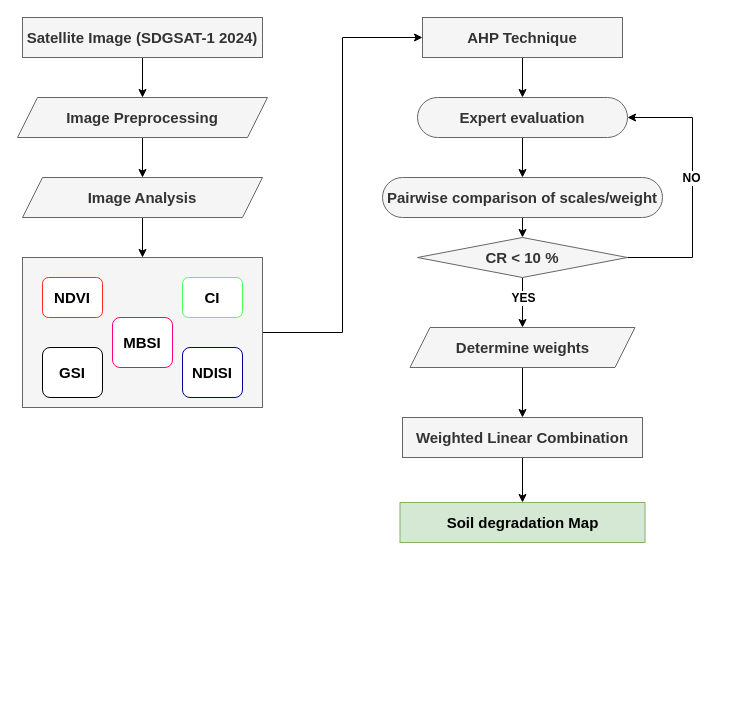
This is chpt5.drawio from yemioke/PRISMA2020, a draw.io file, before an edit. Source tidied: cells renumbered, new cells numbered last; positions are measured from the earlier drawing's top-left corner, leaving out a move shared by most shapes. Both pictures are drawn from the tidied source at 100%, with x=0, y=0 at pixel (17, 17).
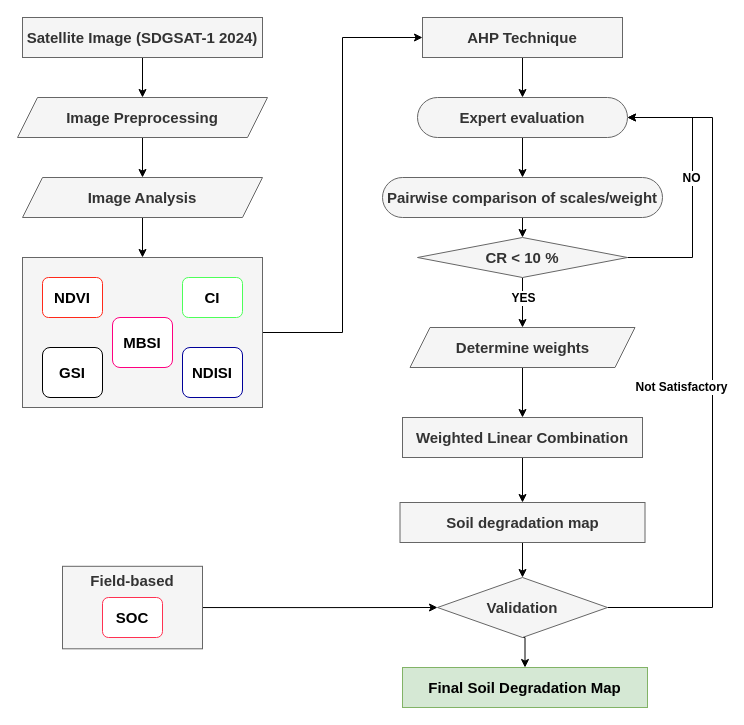
Above is the later version.

The change refers to these unchanged cells:
```xml
<mxCell id="7" value="&lt;b&gt;&lt;font style=&quot;font-size: 15px;&quot;&gt;Expert evaluation&lt;/font&gt;&lt;/b&gt;" style="rounded=1;whiteSpace=wrap;html=1;arcSize=50;fillColor=#f5f5f5;fontColor=#333333;strokeColor=#666666;" parent="1" vertex="1">
  <mxGeometry x="400" y="80" width="210" height="40" as="geometry" />
</mxCell>
```

The edit, as a diff of the source:
```diff
@@
+    <mxCell id="31" style="edgeStyle=orthogonalEdgeStyle;rounded=0;jettySize=auto;html=1;exitX=0.5;exitY=1;exitDx=0;exitDy=0;" parent="1" edge="1" source="19" target="35">
+      <mxGeometry relative="1" as="geometry" />
+    </mxCell>
-    <mxCell id="19" value="&lt;font style=&quot;font-size: 15px;&quot;&gt;&lt;b&gt;Soil degradation Map&lt;/b&gt;&lt;/font&gt;" style="rounded=0;whiteSpace=wrap;html=1;fillColor=#d5e8d4;strokeColor=#82b366;" parent="1" vertex="1">
+    <mxCell id="19" value="&lt;font style=&quot;font-size: 15px;&quot;&gt;&lt;b&gt;Soil degradation map&lt;/b&gt;&lt;/font&gt;" style="rounded=0;whiteSpace=wrap;html=1;fillColor=#f5f5f5;strokeColor=#666666;fontColor=#333333;" parent="1" vertex="1">
       <mxGeometry x="382.5" y="485" width="245" height="40" as="geometry" />
     </mxCell>
@@
+    <mxCell id="32" style="edgeStyle=orthogonalEdgeStyle;rounded=0;jettySize=auto;html=1;exitX=0.5;exitY=1;exitDx=0;exitDy=0;entryX=0.5;entryY=0;entryDx=0;entryDy=0;" parent="1" edge="1" source="35" target="38">
+      <mxGeometry relative="1" as="geometry" />
+    </mxCell>
+    <mxCell id="33" style="edgeStyle=orthogonalEdgeStyle;rounded=0;jettySize=auto;html=1;exitX=1;exitY=0.5;exitDx=0;exitDy=0;entryX=1;entryY=0.5;entryDx=0;entryDy=0;" parent="1" edge="1" source="35" target="7">
+      <mxGeometry relative="1" as="geometry">
+        <Array as="points">
+          <mxPoint x="695" y="590" />
+          <mxPoint x="695" y="100" />
+        </Array>
+      </mxGeometry>
+    </mxCell>
+    <mxCell id="34" value="&lt;font style=&quot;font-size: 12px;&quot;&gt;&lt;b&gt;Not Satisfactory&lt;/b&gt;&lt;/font&gt;" style="edgeLabel;html=1;align=center;verticalAlign=middle;" parent="33" vertex="1">
+      <mxGeometry x="-0.04" y="32" relative="1" as="geometry" />
+    </mxCell>
+    <mxCell id="35" value="&lt;font style=&quot;font-size: 15px;&quot;&gt;&lt;b&gt;Validation&lt;/b&gt;&lt;/font&gt;" style="rhombus;whiteSpace=wrap;html=1;fillColor=#f5f5f5;fontColor=#333333;strokeColor=#666666;" parent="1" vertex="1">
+      <mxGeometry x="420" y="560" width="170" height="60" as="geometry" />
+    </mxCell>
+    <mxCell id="36" style="edgeStyle=orthogonalEdgeStyle;rounded=0;jettySize=auto;html=1;exitX=1;exitY=0.5;exitDx=0;exitDy=0;entryX=0;entryY=0.5;entryDx=0;entryDy=0;" parent="1" edge="1" source="37" target="35">
+      <mxGeometry relative="1" as="geometry" />
+    </mxCell>
+    <mxCell id="37" value="&lt;span style=&quot;font-size: 15px;&quot;&gt;&lt;b&gt;Field-based&lt;/b&gt;&lt;/span&gt;&lt;div&gt;&lt;span style=&quot;font-size: 15px;&quot;&gt;&lt;b&gt;&lt;br&gt;&lt;/b&gt;&lt;/span&gt;&lt;/div&gt;&lt;div&gt;&lt;span style=&quot;font-size: 15px;&quot;&gt;&lt;b&gt;&lt;br&gt;&lt;/b&gt;&lt;/span&gt;&lt;/div&gt;&lt;div&gt;&lt;span style=&quot;font-size: 15px;&quot;&gt;&lt;b&gt;&lt;br&gt;&lt;/b&gt;&lt;/span&gt;&lt;/div&gt;" style="rounded=0;whiteSpace=wrap;html=1;fillColor=#f5f5f5;fontColor=#333333;strokeColor=#666666;" parent="1" vertex="1">
+      <mxGeometry x="45" y="548.8" width="140" height="82.5" as="geometry" />
+    </mxCell>
+    <mxCell id="38" value="&lt;font style=&quot;font-size: 15px;&quot;&gt;&lt;b&gt;Final Soil Degradation Map&lt;/b&gt;&lt;/font&gt;" style="rounded=0;whiteSpace=wrap;html=1;fillColor=#d5e8d4;strokeColor=#82b366;" parent="1" vertex="1">
+      <mxGeometry x="385" y="650" width="245" height="40" as="geometry" />
+    </mxCell>
+    <mxCell id="39" value="&lt;font style=&quot;font-size: 15px;&quot;&gt;&lt;b&gt;SOC&lt;/b&gt;&lt;/font&gt;" style="rounded=1;whiteSpace=wrap;html=1;strokeColor=#FF3151;" parent="1" vertex="1">
+      <mxGeometry x="85" y="580" width="60" height="40" as="geometry" />
+    </mxCell>
```
